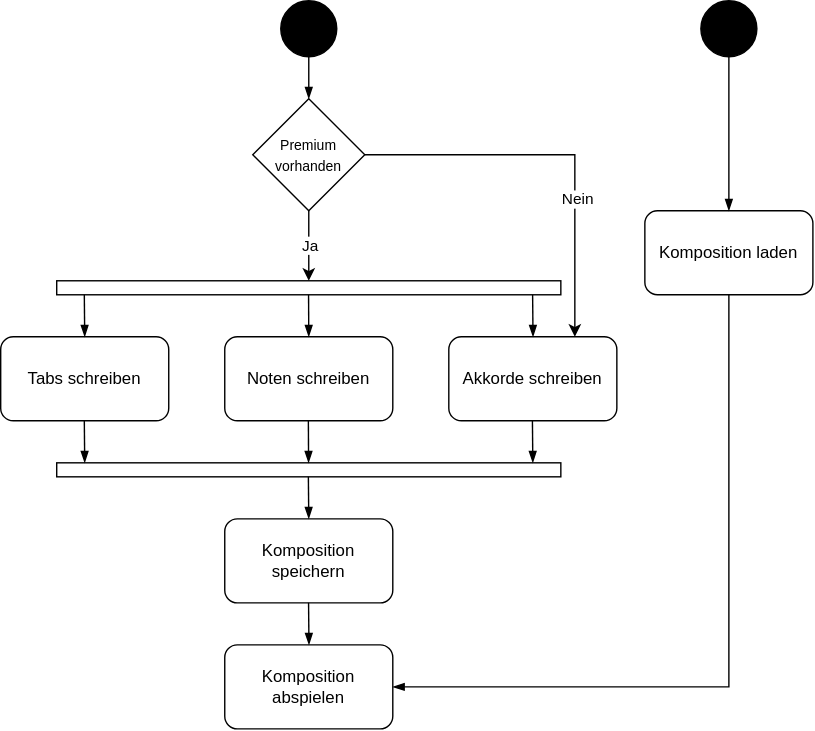
Before: UML-Diagramme/Aktivitätsdiagramm.svg, a diagram exported from draw.io (marcelschurer/PlayIt). Source tidied: cells renumbered, new cells last; positions are measured from the earlier drawing's top-left corner, leaving out a move shared by most shapes.
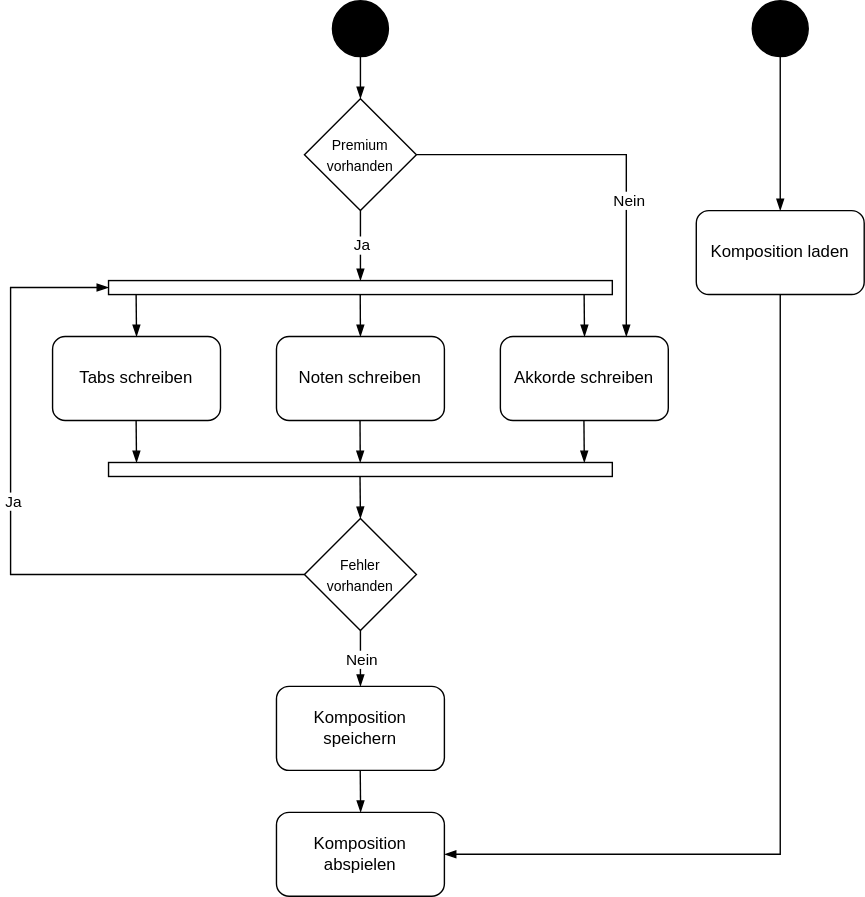
The same diagram one commit later.

The edit, as a diff of the source:
```diff
@@ -71,16 +71,16 @@
       </mxGeometry>
     </mxCell>
     <mxCell id="16" value="Komposition speichern" style="rounded=1;whiteSpace=wrap;html=1;fillColor=none;" parent="1" vertex="1">
-      <mxGeometry x="160" y="370" width="120" height="60" as="geometry" />
+      <mxGeometry x="160" y="490" width="120" height="60" as="geometry" />
     </mxCell>
     <mxCell id="17" style="edgeStyle=orthogonalEdgeStyle;rounded=0;orthogonalLoop=1;jettySize=auto;html=1;endArrow=blockThin;endFill=1;" parent="1" edge="1">
       <mxGeometry relative="1" as="geometry">
-        <mxPoint x="219.8" y="430" as="sourcePoint" />
-        <mxPoint x="220.1" y="460" as="targetPoint" />
+        <mxPoint x="219.8" y="550" as="sourcePoint" />
+        <mxPoint x="220.1" y="580" as="targetPoint" />
       </mxGeometry>
     </mxCell>
     <mxCell id="18" value="Komposition abspielen" style="rounded=1;whiteSpace=wrap;html=1;fillColor=none;" parent="1" vertex="1">
-      <mxGeometry x="160" y="460" width="120" height="60" as="geometry" />
+      <mxGeometry x="160" y="580" width="120" height="60" as="geometry" />
     </mxCell>
     <mxCell id="19" style="ellipse;whiteSpace=wrap;html=1;fillColor=#000000;" parent="1" vertex="1">
       <mxGeometry x="500" width="40" height="40" as="geometry" />
@@ -94,13 +94,13 @@
     <mxCell id="22" style="edgeStyle=orthogonalEdgeStyle;rounded=0;jettySize=auto;html=1;endArrow=blockThin;endFill=1;exitX=0.5;exitY=1;exitDx=0;exitDy=0;entryX=0.5;entryY=0;entryDx=0;entryDy=0;" parent="1" edge="1" source="19" target="21">
       <mxGeometry relative="1" as="geometry" />
     </mxCell>
-    <mxCell id="23" style="edgeStyle=orthogonalEdgeStyle;rounded=0;jettySize=auto;html=1;exitX=0.5;exitY=1;exitDx=0;exitDy=0;entryX=0.5;entryY=0;entryDx=0;entryDy=0;" parent="1" edge="1" source="27" target="7">
+    <mxCell id="23" style="edgeStyle=orthogonalEdgeStyle;rounded=0;jettySize=auto;html=1;exitX=0.5;exitY=1;exitDx=0;exitDy=0;entryX=0.5;entryY=0;entryDx=0;entryDy=0;endArrow=blockThin;endFill=1;" parent="1" edge="1" source="27" target="7">
       <mxGeometry relative="1" as="geometry" />
     </mxCell>
     <mxCell id="24" value="Ja" style="edgeLabel;html=1;align=center;verticalAlign=middle;" parent="23" vertex="1">
       <mxGeometry x="-0.03" relative="1" as="geometry" />
     </mxCell>
-    <mxCell id="25" style="edgeStyle=orthogonalEdgeStyle;rounded=0;jettySize=auto;html=1;exitX=1;exitY=0.5;exitDx=0;exitDy=0;entryX=0.75;entryY=0;entryDx=0;entryDy=0;" parent="1" edge="1" source="27" target="4">
+    <mxCell id="25" style="edgeStyle=orthogonalEdgeStyle;rounded=0;jettySize=auto;html=1;exitX=1;exitY=0.5;exitDx=0;exitDy=0;entryX=0.75;entryY=0;entryDx=0;entryDy=0;endArrow=blockThin;endFill=1;" parent="1" edge="1" source="27" target="4">
       <mxGeometry relative="1" as="geometry" />
     </mxCell>
     <mxCell id="26" value="Nein" style="edgeLabel;html=1;align=center;verticalAlign=middle;" parent="25" vertex="1">
@@ -109,5 +109,27 @@
     <mxCell id="27" value="&lt;font style=&quot;font-size: 10px;&quot;&gt;Premium vorhanden&lt;/font&gt;" style="rhombus;whiteSpace=wrap;html=1;fillColor=none;" parent="1" vertex="1">
       <mxGeometry x="180" y="70" width="80" height="80" as="geometry" />
     </mxCell>
+    <mxCell id="28" style="edgeStyle=orthogonalEdgeStyle;rounded=0;jettySize=auto;html=1;exitX=0.5;exitY=1;exitDx=0;exitDy=0;entryX=0.5;entryY=0;entryDx=0;entryDy=0;endArrow=blockThin;endFill=1;" parent="1" edge="1" source="32" target="16">
+      <mxGeometry relative="1" as="geometry" />
+    </mxCell>
+    <mxCell id="29" value="Nein" style="edgeLabel;html=1;align=center;verticalAlign=middle;" parent="28" vertex="1">
+      <mxGeometry x="0.12" y="-1" relative="1" as="geometry">
+        <mxPoint x="1" y="-2" as="offset" />
+      </mxGeometry>
+    </mxCell>
+    <mxCell id="30" style="edgeStyle=orthogonalEdgeStyle;rounded=0;jettySize=auto;html=1;exitX=0;exitY=0.5;exitDx=0;exitDy=0;entryX=0;entryY=0.5;entryDx=0;entryDy=0;endArrow=blockThin;endFill=1;" parent="1" edge="1" source="32" target="7">
+      <mxGeometry relative="1" as="geometry">
+        <Array as="points">
+          <mxPoint x="-30" y="410" />
+          <mxPoint x="-30" y="205" />
+        </Array>
+      </mxGeometry>
+    </mxCell>
+    <mxCell id="31" value="Ja" style="edgeLabel;html=1;align=center;verticalAlign=middle;" parent="30" vertex="1">
+      <mxGeometry x="0.08" y="-1" relative="1" as="geometry" />
+    </mxCell>
+    <mxCell id="32" value="&lt;font style=&quot;font-size: 10px;&quot;&gt;Fehler vorhanden&lt;/font&gt;" style="rhombus;whiteSpace=wrap;html=1;fillColor=none;" parent="1" vertex="1">
+      <mxGeometry x="180" y="370" width="80" height="80" as="geometry" />
+    </mxCell>
   </root>
 </mxGraphModel>
```
